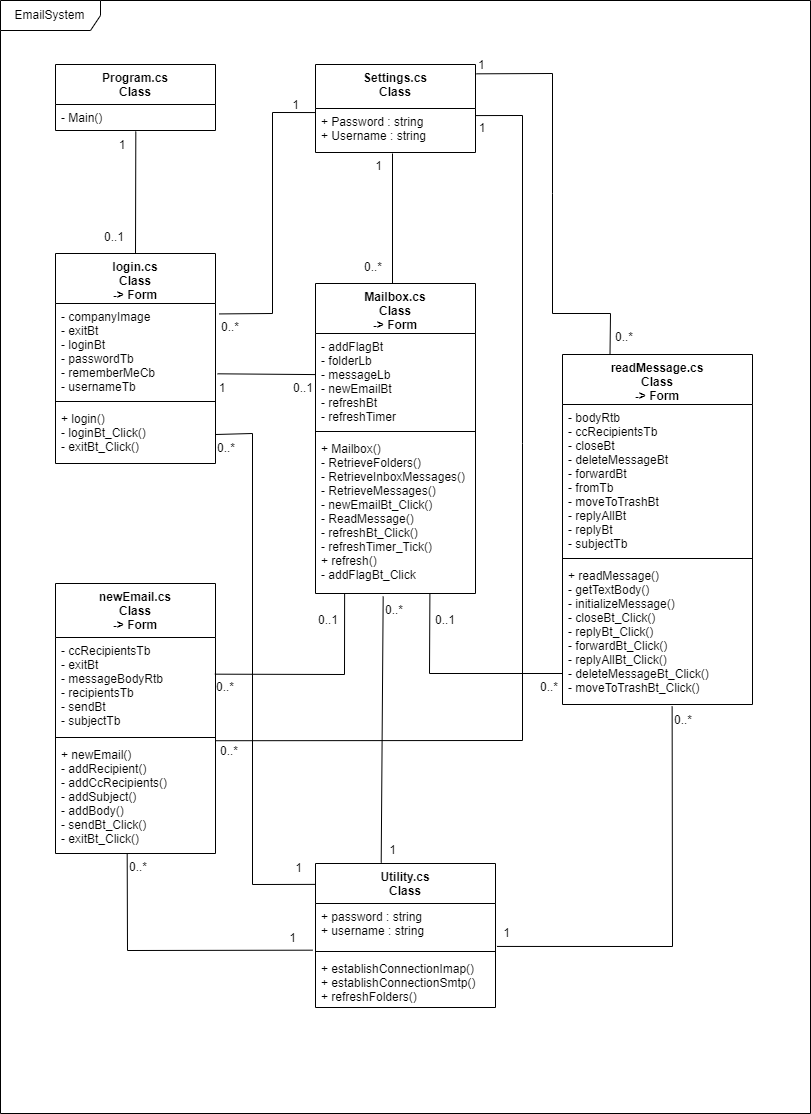
Before: Reports/Report 2/classDiagram.drawio.png, a diagram exported from draw.io (Andreas691667/Pigeon-Mail). Source tidied: cells renumbered, new cells last; positions are measured from the earlier drawing's top-left corner, leaving out a move shared by most shapes.
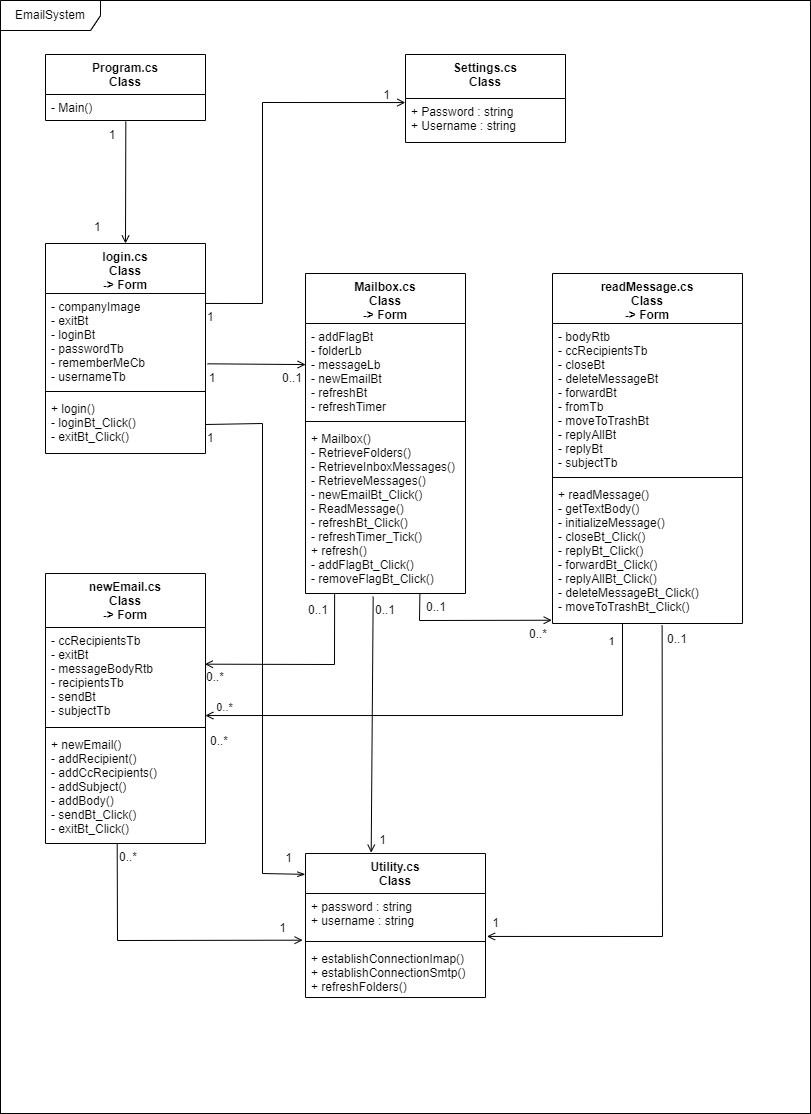
The same file after the commit.

The edit, as a diff of the source:
```diff
@@ -3,8 +3,11 @@
     <mxCell id="0" />
     <mxCell id="1" parent="0" />
     <mxCell id="2" value="EmailSystem" style="shape=umlFrame;whiteSpace=wrap;html=1;width=100;height=30;" parent="1" vertex="1">
-      <mxGeometry width="810" height="1113" as="geometry" />
+      <mxGeometry x="10" y="10" width="810" height="1113" as="geometry" />
     </mxCell>
+    <mxCell id="66" value="EmailSystem" style="shape=umlFrame;whiteSpace=wrap;html=1;width=100;height=30;" parent="1" vertex="1">
+      <mxGeometry x="10" y="10" width="810" height="1113" as="geometry" />
+    </mxCell>
     <mxCell id="3" value="newEmail.cs&#10;Class&#10;-&gt; Form" style="swimlane;fontStyle=1;align=center;verticalAlign=top;horizontal=1;startSize=54;" parent="1" vertex="1">
       <mxGeometry x="55" y="583" width="160" height="270" as="geometry" />
     </mxCell>
@@ -30,7 +33,7 @@
       <mxGeometry y="152" width="160" height="58" as="geometry" />
     </mxCell>
     <mxCell id="11" value="Mailbox.cs&#10;Class&#10;-&gt; Form" style="swimlane;fontStyle=1;align=center;verticalAlign=top;horizontal=1;startSize=50;" parent="1" vertex="1">
-      <mxGeometry x="315" y="283" width="160" height="310" as="geometry" />
+      <mxGeometry x="315" y="283" width="160" height="320" as="geometry" />
     </mxCell>
     <mxCell id="12" value="- addFlagBt&#10;- folderLb&#10;- messageLb&#10;- newEmailBt&#10;- refreshBt&#10;- refreshTimer" style="text;strokeColor=none;fillColor=none;align=left;verticalAlign=top;spacingLeft=4;spacingRight=4;overflow=hidden;points=[[0,0.5],[1,0.5]];portConstraint=eastwest;" parent="11" vertex="1">
       <mxGeometry y="50" width="160" height="94" as="geometry" />
@@ -38,11 +41,11 @@
     <mxCell id="13" style="line;strokeWidth=1;fillColor=none;align=left;verticalAlign=middle;spacingTop=-1;spacingLeft=3;spacingRight=3;labelPosition=right;" parent="11" vertex="1">
       <mxGeometry y="144" width="160" height="8" as="geometry" />
     </mxCell>
-    <mxCell id="14" value="+ Mailbox()&#10;- RetrieveFolders()&#10;- RetrieveInboxMessages()&#10;- RetrieveMessages()&#10;- newEmailBt_Click()&#10;- ReadMessage()&#10;- refreshBt_Click()&#10;- refreshTimer_Tick()&#10;+ refresh()&#10;- addFlagBt_Click&#10;" style="text;strokeColor=none;fillColor=none;align=left;verticalAlign=top;spacingLeft=4;spacingRight=4;overflow=hidden;points=[[0,0.5],[1,0.5]];portConstraint=eastwest;" parent="11" vertex="1">
-      <mxGeometry y="152" width="160" height="158" as="geometry" />
+    <mxCell id="14" value="+ Mailbox()&#10;- RetrieveFolders()&#10;- RetrieveInboxMessages()&#10;- RetrieveMessages()&#10;- newEmailBt_Click()&#10;- ReadMessage()&#10;- refreshBt_Click()&#10;- refreshTimer_Tick()&#10;+ refresh()&#10;- addFlagBt_Click()&#10;- removeFlagBt_Click()" style="text;strokeColor=none;fillColor=none;align=left;verticalAlign=top;spacingLeft=4;spacingRight=4;overflow=hidden;points=[[0,0.5],[1,0.5]];portConstraint=eastwest;" parent="11" vertex="1">
+      <mxGeometry y="152" width="160" height="168" as="geometry" />
     </mxCell>
     <mxCell id="15" value="readMessage.cs&#10;Class &#10;-&gt; Form" style="swimlane;fontStyle=1;align=center;verticalAlign=top;horizontal=1;startSize=50;" parent="1" vertex="1">
-      <mxGeometry x="562" y="354" width="190" height="350" as="geometry" />
+      <mxGeometry x="562" y="283" width="190" height="350" as="geometry" />
     </mxCell>
     <mxCell id="16" value="- bodyRtb&#10;- ccRecipientsTb&#10;- closeBt&#10;- deleteMessageBt&#10;- forwardBt&#10;- fromTb&#10;- moveToTrashBt&#10;- replyAllBt&#10;- replyBt&#10;- subjectTb&#10;" style="text;strokeColor=none;fillColor=none;align=left;verticalAlign=top;spacingLeft=4;spacingRight=4;overflow=hidden;" parent="15" vertex="1">
       <mxGeometry y="50" width="190" height="150" as="geometry" />
@@ -72,20 +75,20 @@
       <mxGeometry y="40" width="160" height="26" as="geometry" />
     </mxCell>
     <mxCell id="25" value="Settings.cs&#10;Class" style="swimlane;fontStyle=1;align=center;verticalAlign=top;horizontal=1;startSize=44;" parent="1" vertex="1">
-      <mxGeometry x="315" y="64" width="160" height="88" as="geometry" />
+      <mxGeometry x="415" y="64" width="160" height="88" as="geometry" />
     </mxCell>
     <mxCell id="26" value="+ Password : string&#10;+ Username : string" style="text;strokeColor=none;fillColor=none;align=left;verticalAlign=top;spacingLeft=4;spacingRight=4;overflow=hidden;points=[[0,0.5],[1,0.5]];portConstraint=eastwest;" parent="25" vertex="1">
       <mxGeometry y="44" width="160" height="44" as="geometry" />
     </mxCell>
-    <mxCell id="27" style="endArrow=none;html=1;rounded=0;align=center;verticalAlign=top;endFill=0;labelBackgroundColor=none;entryX=0.502;entryY=1.038;entryDx=0;entryDy=0;entryPerimeter=0;exitX=0.5;exitY=0;exitDx=0;exitDy=0;" parent="1" edge="1" source="7" target="24">
+    <mxCell id="27" style="endArrow=none;html=1;rounded=0;align=center;verticalAlign=top;endFill=0;labelBackgroundColor=none;entryX=0.502;entryY=1.038;entryDx=0;entryDy=0;entryPerimeter=0;exitX=0.5;exitY=0;exitDx=0;exitDy=0;startArrow=open;startFill=0;" parent="1" edge="1" source="7" target="24">
       <mxGeometry relative="1" as="geometry" />
     </mxCell>
-    <mxCell id="28" value="0..1" style="html=1;align=left;verticalAlign=top;labelBackgroundColor=none;" parent="27" vertex="1">
+    <mxCell id="28" value="1" style="html=1;align=left;verticalAlign=top;labelBackgroundColor=none;" parent="27" vertex="1">
       <mxGeometry x="-1" relative="1" as="geometry">
         <mxPoint x="-33" y="-30" as="offset" />
       </mxGeometry>
     </mxCell>
-    <mxCell id="29" style="endArrow=none;html=1;rounded=0;align=center;verticalAlign=top;endFill=0;labelBackgroundColor=none;entryX=0.001;entryY=0.437;entryDx=0;entryDy=0;entryPerimeter=0;exitX=1.012;exitY=0.748;exitDx=0;exitDy=0;exitPerimeter=0;" parent="1" edge="1" source="8" target="12">
+    <mxCell id="29" style="endArrow=open;html=1;rounded=0;align=center;verticalAlign=top;endFill=0;labelBackgroundColor=none;entryX=0.001;entryY=0.437;entryDx=0;entryDy=0;entryPerimeter=0;exitX=1.012;exitY=0.748;exitDx=0;exitDy=0;exitPerimeter=0;" parent="1" edge="1" source="8" target="12">
       <mxGeometry relative="1" as="geometry" />
     </mxCell>
     <mxCell id="30" style="html=1;align=left;verticalAlign=top;labelBackgroundColor=none;" parent="29" vertex="1">
@@ -96,7 +99,7 @@
         <mxPoint x="-3" as="offset" />
       </mxGeometry>
     </mxCell>
-    <mxCell id="32" style="endArrow=none;html=1;rounded=0;align=center;verticalAlign=top;endFill=0;labelBackgroundColor=none;entryX=0.182;entryY=1;entryDx=0;entryDy=0;entryPerimeter=0;exitX=0.996;exitY=0.382;exitDx=0;exitDy=0;exitPerimeter=0;" parent="1" edge="1" source="4" target="14">
+    <mxCell id="32" style="endArrow=none;html=1;rounded=0;align=center;verticalAlign=top;endFill=0;labelBackgroundColor=none;entryX=0.182;entryY=1;entryDx=0;entryDy=0;entryPerimeter=0;exitX=0.996;exitY=0.382;exitDx=0;exitDy=0;exitPerimeter=0;startArrow=open;startFill=0;" parent="1" edge="1" source="4" target="14">
       <mxGeometry x="0.1" y="-10" relative="1" as="geometry">
         <Array as="points">
           <mxPoint x="344" y="674" />
@@ -113,11 +116,10 @@
         <mxPoint x="-7" as="offset" />
       </mxGeometry>
     </mxCell>
-    <mxCell id="35" style="endArrow=none;html=1;rounded=0;align=center;verticalAlign=top;endFill=0;labelBackgroundColor=none;entryX=0.715;entryY=0.999;entryDx=0;entryDy=0;entryPerimeter=0;" parent="1" edge="1" target="14">
+    <mxCell id="35" style="endArrow=none;html=1;rounded=0;align=center;verticalAlign=top;endFill=0;labelBackgroundColor=none;entryX=0.715;entryY=0.999;entryDx=0;entryDy=0;entryPerimeter=0;startArrow=open;startFill=0;exitX=-0.004;exitY=0.977;exitDx=0;exitDy=0;exitPerimeter=0;" parent="1" edge="1" source="18" target="14">
       <mxGeometry x="0.1" y="-10" relative="1" as="geometry">
-        <mxPoint x="562" y="673" as="sourcePoint" />
         <Array as="points">
-          <mxPoint x="429" y="673" />
+          <mxPoint x="429" y="630" />
         </Array>
       </mxGeometry>
     </mxCell>
@@ -131,20 +133,11 @@
         <mxPoint x="-7" as="offset" />
       </mxGeometry>
     </mxCell>
-    <mxCell id="38" style="endArrow=none;html=1;rounded=0;align=center;verticalAlign=top;endFill=0;labelBackgroundColor=none;exitX=0.998;exitY=-0.007;exitDx=0;exitDy=0;exitPerimeter=0;entryX=1.001;entryY=0.161;entryDx=0;entryDy=0;entryPerimeter=0;" parent="1" edge="1" source="6" target="26">
-      <mxGeometry relative="1" as="geometry">
-        <Array as="points">
-          <mxPoint x="522" y="740" />
-          <mxPoint x="522" y="443" />
-          <mxPoint x="522" y="115" />
-        </Array>
-      </mxGeometry>
-    </mxCell>
     <mxCell id="39" value="0..1" style="text;html=1;strokeColor=none;fillColor=none;align=center;verticalAlign=middle;whiteSpace=wrap;rounded=0;" parent="1" vertex="1">
       <mxGeometry x="298" y="605" width="60" height="30" as="geometry" />
     </mxCell>
     <mxCell id="40" value="0..1" style="text;html=1;strokeColor=none;fillColor=none;align=center;verticalAlign=middle;whiteSpace=wrap;rounded=0;" parent="1" vertex="1">
-      <mxGeometry x="415" y="605" width="60" height="30" as="geometry" />
+      <mxGeometry x="416" y="600" width="60" height="33" as="geometry" />
     </mxCell>
     <mxCell id="41" value="1" style="text;html=1;strokeColor=none;fillColor=none;align=center;verticalAlign=middle;whiteSpace=wrap;rounded=0;" parent="1" vertex="1">
       <mxGeometry x="192" y="373" width="60" height="30" as="geometry" />
@@ -155,46 +148,7 @@
     <mxCell id="43" value="0..*" style="text;html=1;strokeColor=none;fillColor=none;align=center;verticalAlign=middle;whiteSpace=wrap;rounded=0;" parent="1" vertex="1">
       <mxGeometry x="199" y="736" width="60" height="30" as="geometry" />
     </mxCell>
-    <mxCell id="44" value="1" style="text;html=1;strokeColor=none;fillColor=none;align=center;verticalAlign=middle;whiteSpace=wrap;rounded=0;" parent="1" vertex="1">
-      <mxGeometry x="452" y="113" width="60" height="30" as="geometry" />
-    </mxCell>
-    <mxCell id="45" style="endArrow=none;html=1;rounded=0;align=center;verticalAlign=top;endFill=0;labelBackgroundColor=none;entryX=0.25;entryY=0;entryDx=0;entryDy=0;exitX=1.006;exitY=0.106;exitDx=0;exitDy=0;exitPerimeter=0;" parent="1" edge="1" source="25" target="15">
-      <mxGeometry relative="1" as="geometry">
-        <Array as="points">
-          <mxPoint x="552" y="73" />
-          <mxPoint x="552" y="193" />
-          <mxPoint x="552" y="313" />
-          <mxPoint x="610" y="313" />
-        </Array>
-      </mxGeometry>
-    </mxCell>
-    <mxCell id="46" value="1" style="html=1;align=left;verticalAlign=top;labelBackgroundColor=none;" parent="45" vertex="1">
-      <mxGeometry x="-1" relative="1" as="geometry">
-        <mxPoint y="-22" as="offset" />
-      </mxGeometry>
-    </mxCell>
-    <mxCell id="47" value="0..*" style="html=1;align=right;verticalAlign=top;labelBackgroundColor=none;" parent="45" vertex="1">
-      <mxGeometry x="1" relative="1" as="geometry">
-        <mxPoint x="23" y="-31" as="offset" />
-      </mxGeometry>
-    </mxCell>
-    <mxCell id="48" style="endArrow=none;html=1;rounded=0;align=center;verticalAlign=top;endFill=0;labelBackgroundColor=none;" parent="1" edge="1">
-      <mxGeometry x="0.1" y="-10" relative="1" as="geometry">
-        <mxPoint x="392" y="283" as="sourcePoint" />
-        <mxPoint x="392" y="153" as="targetPoint" />
-      </mxGeometry>
-    </mxCell>
-    <mxCell id="49" value="0..*" style="html=1;align=left;verticalAlign=top;labelBackgroundColor=none;" parent="48" vertex="1">
-      <mxGeometry x="-1" relative="1" as="geometry">
-        <mxPoint x="-30" y="-30" as="offset" />
-      </mxGeometry>
-    </mxCell>
-    <mxCell id="50" value="1" style="html=1;align=right;verticalAlign=top;labelBackgroundColor=none;" parent="48" vertex="1">
-      <mxGeometry x="1" relative="1" as="geometry">
-        <mxPoint x="-10" as="offset" />
-      </mxGeometry>
-    </mxCell>
-    <mxCell id="51" style="endArrow=none;html=1;rounded=0;align=center;verticalAlign=top;endFill=0;labelBackgroundColor=none;entryX=-0.001;entryY=0.092;entryDx=0;entryDy=0;entryPerimeter=0;exitX=1.024;exitY=0.111;exitDx=0;exitDy=0;exitPerimeter=0;" parent="1" edge="1" source="8" target="26">
+    <mxCell id="51" style="endArrow=open;html=1;rounded=0;align=center;verticalAlign=top;endFill=0;labelBackgroundColor=none;entryX=-0.001;entryY=0.092;entryDx=0;entryDy=0;entryPerimeter=0;exitX=0.999;exitY=0.106;exitDx=0;exitDy=0;exitPerimeter=0;strokeWidth=1;" parent="1" edge="1" source="8" target="26">
       <mxGeometry x="0.2" y="-20" relative="1" as="geometry">
         <Array as="points">
           <mxPoint x="272" y="313" />
@@ -202,7 +156,7 @@
         </Array>
       </mxGeometry>
     </mxCell>
-    <mxCell id="52" value="0..*" style="html=1;align=left;verticalAlign=top;labelBackgroundColor=none;" parent="51" vertex="1">
+    <mxCell id="52" value="1" style="html=1;align=left;verticalAlign=top;labelBackgroundColor=none;" parent="51" vertex="1">
       <mxGeometry x="-1" relative="1" as="geometry" />
     </mxCell>
     <mxCell id="53" value="1" style="html=1;align=right;verticalAlign=top;labelBackgroundColor=none;" parent="51" vertex="1">
@@ -210,7 +164,7 @@
         <mxPoint x="-15" y="-21" as="offset" />
       </mxGeometry>
     </mxCell>
-    <mxCell id="54" style="endArrow=none;html=1;rounded=0;align=center;verticalAlign=top;endFill=0;labelBackgroundColor=none;exitX=0.448;exitY=0.998;exitDx=0;exitDy=0;exitPerimeter=0;entryX=-0.016;entryY=1.061;entryDx=0;entryDy=0;entryPerimeter=0;" parent="1" edge="1" source="6" target="20">
+    <mxCell id="54" style="endArrow=open;html=1;rounded=0;align=center;verticalAlign=top;endFill=0;labelBackgroundColor=none;exitX=0.448;exitY=0.998;exitDx=0;exitDy=0;exitPerimeter=0;entryX=-0.016;entryY=1.061;entryDx=0;entryDy=0;entryPerimeter=0;" parent="1" edge="1" source="6" target="20">
       <mxGeometry x="0.15" y="-13" relative="1" as="geometry">
         <Array as="points">
           <mxPoint x="127" y="950" />
@@ -225,25 +179,27 @@
         <mxPoint x="-16" y="-26" as="offset" />
       </mxGeometry>
     </mxCell>
-    <mxCell id="57" style="endArrow=none;html=1;rounded=0;align=center;verticalAlign=top;endFill=0;labelBackgroundColor=none;exitX=0.577;exitY=1.014;exitDx=0;exitDy=0;exitPerimeter=0;entryX=1.008;entryY=0.976;entryDx=0;entryDy=0;entryPerimeter=0;" parent="1" edge="1" source="18" target="20">
+    <mxCell id="57" style="endArrow=open;html=1;rounded=0;align=center;verticalAlign=top;endFill=0;labelBackgroundColor=none;exitX=0.577;exitY=1.014;exitDx=0;exitDy=0;exitPerimeter=0;entryX=1.008;entryY=0.976;entryDx=0;entryDy=0;entryPerimeter=0;" parent="1" edge="1" source="18" target="20">
       <mxGeometry x="0.15" y="-13" relative="1" as="geometry">
         <Array as="points">
           <mxPoint x="672" y="946" />
         </Array>
       </mxGeometry>
     </mxCell>
-    <mxCell id="58" value="0..*" style="html=1;align=left;verticalAlign=top;labelBackgroundColor=none;" parent="57" vertex="1">
-      <mxGeometry x="-1" relative="1" as="geometry" />
+    <mxCell id="58" value="0..1" style="html=1;align=left;verticalAlign=top;labelBackgroundColor=none;" parent="57" vertex="1">
+      <mxGeometry x="-1" relative="1" as="geometry">
+        <mxPoint x="3" as="offset" />
+      </mxGeometry>
     </mxCell>
     <mxCell id="59" value="1" style="html=1;align=right;verticalAlign=top;labelBackgroundColor=none;" parent="57" vertex="1">
       <mxGeometry x="1" relative="1" as="geometry">
         <mxPoint x="13" y="-27" as="offset" />
       </mxGeometry>
     </mxCell>
-    <mxCell id="60" style="endArrow=none;html=1;rounded=0;align=center;verticalAlign=top;endFill=0;labelBackgroundColor=none;exitX=0.423;exitY=1.018;exitDx=0;exitDy=0;exitPerimeter=0;entryX=0.365;entryY=-0.006;entryDx=0;entryDy=0;entryPerimeter=0;" parent="1" edge="1" source="14" target="19">
+    <mxCell id="60" style="endArrow=open;html=1;rounded=0;align=center;verticalAlign=top;endFill=0;labelBackgroundColor=none;exitX=0.423;exitY=1.018;exitDx=0;exitDy=0;exitPerimeter=0;entryX=0.365;entryY=-0.006;entryDx=0;entryDy=0;entryPerimeter=0;" parent="1" edge="1" source="14" target="19">
       <mxGeometry x="0.15" y="-13" relative="1" as="geometry" />
     </mxCell>
-    <mxCell id="61" value="0..*" style="html=1;align=left;verticalAlign=top;labelBackgroundColor=none;" parent="60" vertex="1">
+    <mxCell id="61" value="0..1" style="html=1;align=left;verticalAlign=top;labelBackgroundColor=none;" parent="60" vertex="1">
       <mxGeometry x="-1" relative="1" as="geometry" />
     </mxCell>
     <mxCell id="62" value="1" style="html=1;align=right;verticalAlign=top;labelBackgroundColor=none;" parent="60" vertex="1">
@@ -251,15 +207,15 @@
         <mxPoint x="15" y="-26" as="offset" />
       </mxGeometry>
     </mxCell>
-    <mxCell id="63" style="endArrow=none;html=1;rounded=0;align=center;verticalAlign=top;endFill=0;labelBackgroundColor=none;exitX=1;exitY=0.5;exitDx=0;exitDy=0;entryX=-0.001;entryY=0.145;entryDx=0;entryDy=0;entryPerimeter=0;" parent="1" edge="1" source="10" target="19">
+    <mxCell id="63" style="endArrow=openThin;html=1;rounded=0;align=center;verticalAlign=top;endFill=0;labelBackgroundColor=none;exitX=1;exitY=0.5;exitDx=0;exitDy=0;entryX=-0.001;entryY=0.145;entryDx=0;entryDy=0;entryPerimeter=0;" parent="1" edge="1" source="10" target="19">
       <mxGeometry x="0.15" y="-13" relative="1" as="geometry">
         <Array as="points">
-          <mxPoint x="252" y="433" />
-          <mxPoint x="252" y="884" />
+          <mxPoint x="272" y="433" />
+          <mxPoint x="272" y="883" />
         </Array>
       </mxGeometry>
     </mxCell>
-    <mxCell id="64" value="0..*" style="html=1;align=left;verticalAlign=top;labelBackgroundColor=none;" parent="63" vertex="1">
+    <mxCell id="64" value="1" style="html=1;align=left;verticalAlign=top;labelBackgroundColor=none;" parent="63" vertex="1">
       <mxGeometry x="-1" relative="1" as="geometry" />
     </mxCell>
     <mxCell id="65" value="1" style="html=1;align=right;verticalAlign=top;labelBackgroundColor=none;" parent="63" vertex="1">
@@ -267,5 +223,22 @@
         <mxPoint x="-13" y="-30" as="offset" />
       </mxGeometry>
     </mxCell>
+    <mxCell id="67" style="edgeStyle=orthogonalEdgeStyle;rounded=0;jettySize=auto;html=1;entryX=0.999;entryY=0.917;entryDx=0;entryDy=0;entryPerimeter=0;startArrow=none;startFill=0;endArrow=open;endFill=0;strokeWidth=1;" parent="1" edge="1" source="18" target="4">
+      <mxGeometry relative="1" as="geometry">
+        <Array as="points">
+          <mxPoint x="632" y="725" />
+        </Array>
+      </mxGeometry>
+    </mxCell>
+    <mxCell id="68" value="0..*" style="edgeLabel;html=1;align=center;verticalAlign=middle;" parent="67" vertex="1">
+      <mxGeometry x="0.9" y="-2" relative="1" as="geometry">
+        <mxPoint x="-7" y="-7" as="offset" />
+      </mxGeometry>
+    </mxCell>
+    <mxCell id="69" value="1" style="edgeLabel;html=1;align=center;verticalAlign=middle;" parent="67" vertex="1">
+      <mxGeometry x="-0.82" y="-2" relative="1" as="geometry">
+        <mxPoint x="-10" y="-30" as="offset" />
+      </mxGeometry>
+    </mxCell>
   </root>
 </mxGraphModel>
```
